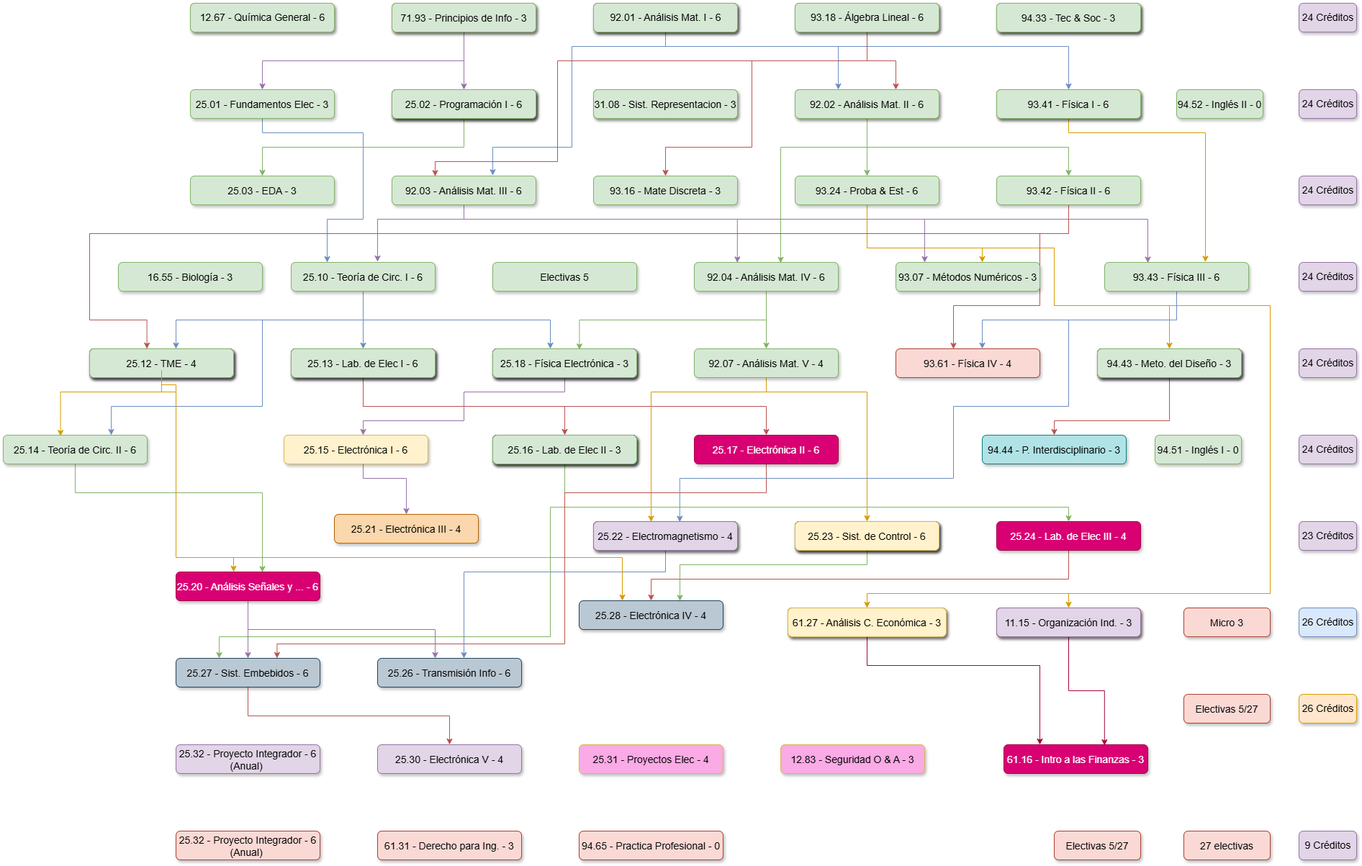
This is K22.drawio.png from juanipla/K22, a draw.io export, as it was before one commit. Source tidied: cells renumbered, new cells last; positions are measured from the earlier drawing's top-left corner, leaving out a move shared by most shapes.
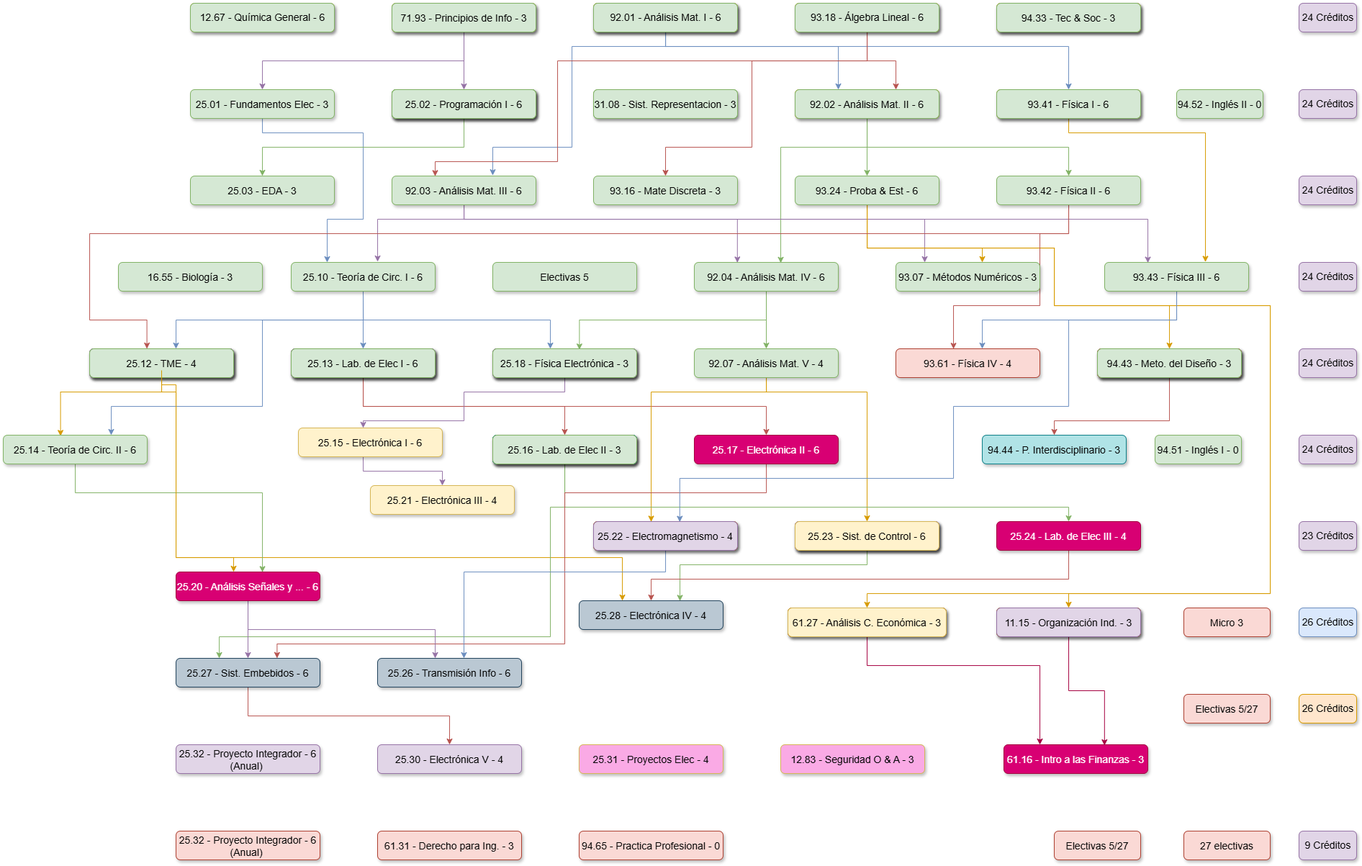
The same diagram one commit later.

Diff of the diagram source:
```diff
@@ -358,13 +358,13 @@
     <mxCell id="57" style="edgeStyle=orthogonalEdgeStyle;rounded=0;jumpStyle=none;jettySize=auto;html=1;entryX=0.5;entryY=0;entryDx=0;entryDy=0;fillColor=#e1d5e7;strokeColor=#9673a6;" parent="1" edge="1" source="58" target="79">
       <mxGeometry relative="1" as="geometry">
         <Array as="points">
-          <mxPoint x="500" y="660" />
-          <mxPoint x="560" y="660" />
+          <mxPoint x="500" y="650" />
+          <mxPoint x="610" y="650" />
         </Array>
       </mxGeometry>
     </mxCell>
     <mxCell id="58" value="25.15 - Electrónica I - 6" style="rounded=1;fillColor=#fff2cc;strokeColor=#d6b656;shadow=1;fontStyle=0;fontSize=14;labelBorderColor=none;labelBackgroundColor=none;" parent="1" vertex="1">
-      <mxGeometry x="390" y="600" width="200" height="40" as="geometry" />
+      <mxGeometry x="410" y="590" width="200" height="40" as="geometry" />
     </mxCell>
     <mxCell id="59" style="edgeStyle=orthogonalEdgeStyle;rounded=0;jumpStyle=none;jettySize=auto;html=1;fillColor=#d5e8d4;strokeColor=#82b366;" parent="1" edge="1" source="61" target="85">
       <mxGeometry relative="1" as="geometry">
@@ -489,8 +489,8 @@
     <mxCell id="78" value="25.20 - Análisis Señales y ... - 6" style="rounded=1;fillColor=#d80073;strokeColor=#A50040;shadow=1;fontStyle=0;fontSize=14;labelBorderColor=none;labelBackgroundColor=none;fontColor=#ffffff;" parent="1" vertex="1">
       <mxGeometry x="240" y="790" width="200" height="40" as="geometry" />
     </mxCell>
-    <mxCell id="79" value="25.21 - Electrónica III - 4" style="rounded=1;fillColor=#fad7ac;strokeColor=#b46504;shadow=1;fontStyle=0;fontSize=14;labelBorderColor=none;labelBackgroundColor=none;" parent="1" vertex="1">
-      <mxGeometry x="460" y="710" width="200" height="40" as="geometry" />
+    <mxCell id="79" value="25.21 - Electrónica III - 4" style="rounded=1;fillColor=#fff2cc;strokeColor=#d6b656;shadow=1;fontStyle=0;fontSize=14;labelBorderColor=none;labelBackgroundColor=none;" parent="1" vertex="1">
+      <mxGeometry x="510" y="670" width="200" height="40" as="geometry" />
     </mxCell>
     <mxCell id="80" style="edgeStyle=orthogonalEdgeStyle;rounded=0;jumpStyle=none;jettySize=auto;html=1;fillColor=#dae8fc;strokeColor=#6c8ebf;" parent="1" edge="1" source="81">
       <mxGeometry relative="1" as="geometry">
```
